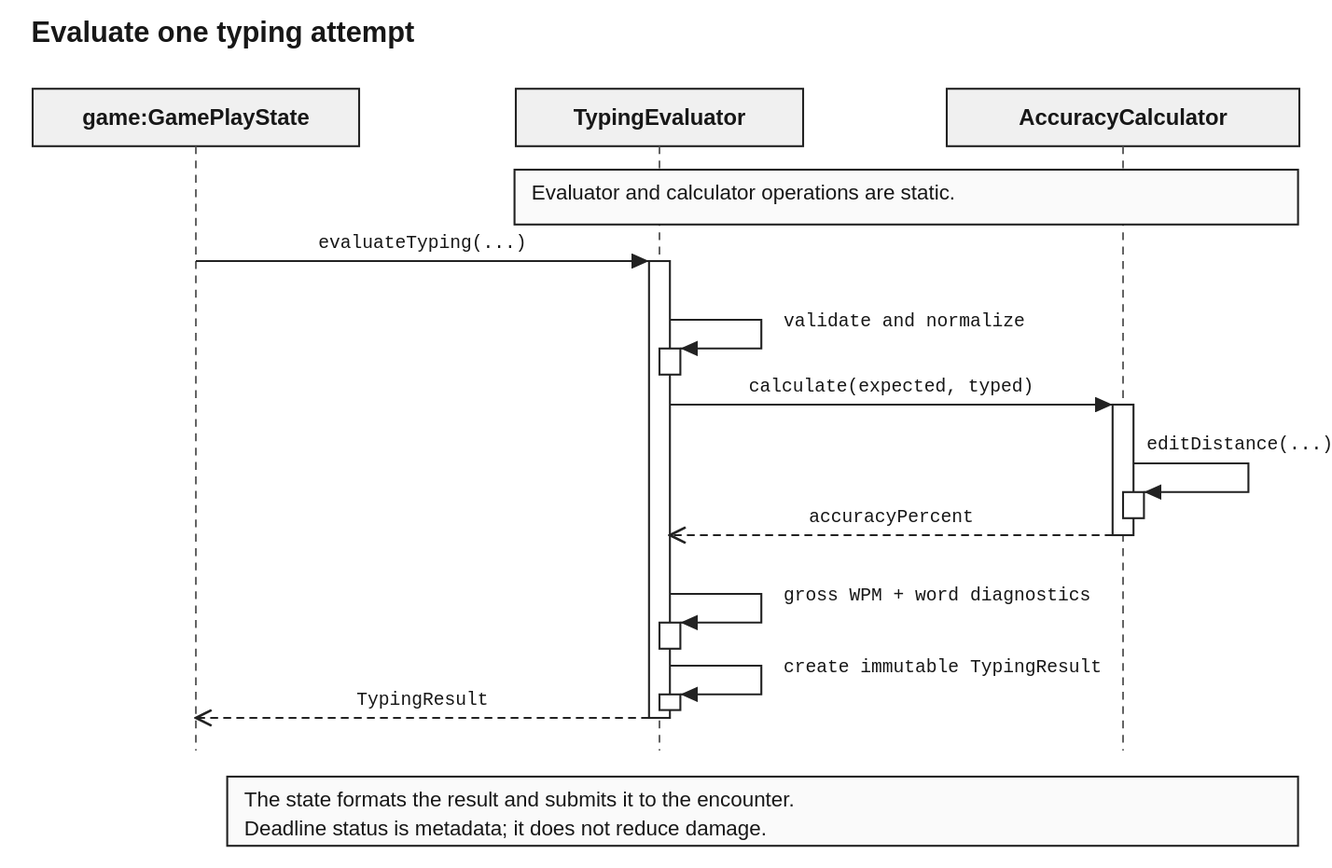
Above: docs/diagrams/typing-evaluation.svg in AY2627S1-CS2113-W12-4/tp (PlantUML), before the change. Its source is kept beside it as docs/diagrams/typing-evaluation.puml.
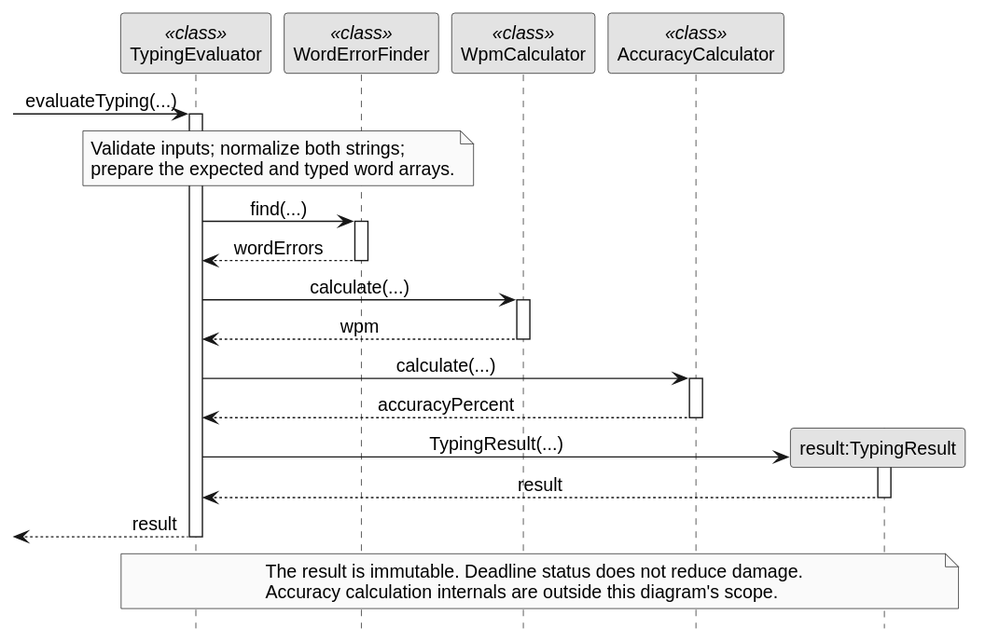
The same diagram one commit later.

Change to the diagram source:
```diff
@@ -1,36 +1,48 @@
 @startuml
 hide footbox
 skinparam monochrome true
+skinparam defaultFontName Arial
+skinparam backgroundColor white
 skinparam shadowing false
+skinparam defaultFontSize 14
 skinparam sequenceMessageAlign center
-participant "game:GamePlayState" as game
-participant "TypingEvaluator" as evaluator
-participant "AccuracyCalculator" as accuracy
-note over evaluator, accuracy
-  Evaluator and calculator operations are static.
+participant "TypingEvaluator" as evaluator <<class>>
+participant "WordErrorFinder" as errors <<class>>
+participant "WpmCalculator" as speed <<class>>
+participant "AccuracyCalculator" as accuracy <<class>>
+
+[-> evaluator : evaluateTyping(...)
+activate evaluator
+note over evaluator, errors
+  Validate inputs; normalize both strings;
+  prepare the expected and typed word arrays.
 end note
-game -> evaluator : evaluateTyping(expected, typed, elapsed, required)
-activate evaluator
-evaluator -> evaluator : validate inputs and normalize text
-activate evaluator
-deactivate evaluator
-evaluator -> accuracy : calculate(normalizedExpected, normalizedTyped)
+
+evaluator -> errors : find(...)
+activate errors
+errors --> evaluator : wordErrors
+deactivate errors
+
+evaluator -> speed : calculate(...)
+activate speed
+speed --> evaluator : wpm
+deactivate speed
+
+evaluator -> accuracy : calculate(...)
 activate accuracy
-accuracy -> accuracy : editDistance(codePoints)
-activate accuracy
-deactivate accuracy
 accuracy --> evaluator : accuracyPercent
 deactivate accuracy
-evaluator -> evaluator : calculate gross WPM and retained word diagnostics
-activate evaluator
+
+create participant "result:TypingResult" as result
+evaluator -> result : TypingResult(...)
+activate result
+result --> evaluator : result
+deactivate result
+
+[<-- evaluator : result
 deactivate evaluator
-evaluator -> evaluator : create immutable TypingResult
-activate evaluator
-deactivate evaluator
-evaluator --> game : result
-deactivate evaluator
-note over game, evaluator
-  The state formats the result and submits it to the encounter.
-  Deadline status is metadata; it does not reduce damage.
+note over evaluator, result
+  The result is immutable. Deadline status does not reduce damage.
+  Accuracy calculation internals are outside this diagram's scope.
 end note
 @enduml
```
